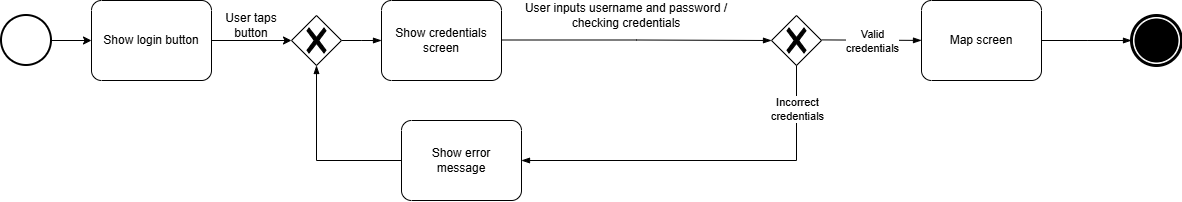
Before: RASD/LaTeXCode/images/StateDiagrams/Login.drawio.png, a diagram exported from draw.io (jacopobellosi/Bellosi-Montanelli-Tempobono). Source tidied: cells renumbered, new cells last; positions are measured from the earlier drawing's top-left corner, leaving out a move shared by most shapes.
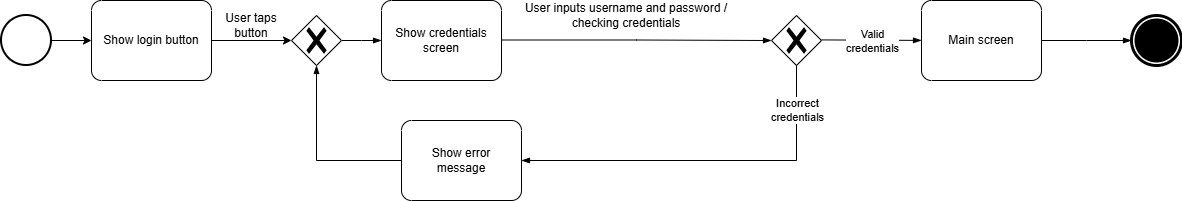
The same file after the commit.

Change to the diagram source:
```diff
@@ -52,7 +52,7 @@
     <mxCell id="13" style="edgeStyle=elbowEdgeStyle;fontSize=12;html=1;endArrow=blockThin;endFill=1;rounded=0;entryX=0;entryY=0.5;entryDx=0;entryDy=0;entryPerimeter=0;exitX=1;exitY=0.5;exitDx=0;exitDy=0;exitPerimeter=0;" parent="1" edge="1" source="14" target="15">
       <mxGeometry relative="1" as="geometry" />
     </mxCell>
-    <mxCell id="14" value="Map screen" style="points=[[0.25,0,0],[0.5,0,0],[0.75,0,0],[1,0.25,0],[1,0.5,0],[1,0.75,0],[0.75,1,0],[0.5,1,0],[0.25,1,0],[0,0.75,0],[0,0.5,0],[0,0.25,0]];shape=mxgraph.bpmn.task2;whiteSpace=wrap;rectStyle=rounded;size=10;html=1;taskMarker=abstract;" parent="1" vertex="1">
+    <mxCell id="14" value="Main screen" style="points=[[0.25,0,0],[0.5,0,0],[0.75,0,0],[1,0.25,0],[1,0.5,0],[1,0.75,0],[0.75,1,0],[0.5,1,0],[0.25,1,0],[0,0.75,0],[0,0.5,0],[0,0.25,0]];shape=mxgraph.bpmn.task2;whiteSpace=wrap;rectStyle=rounded;size=10;html=1;taskMarker=abstract;" parent="1" vertex="1">
       <mxGeometry x="920" width="120" height="80" as="geometry" />
     </mxCell>
     <mxCell id="15" style="points=[[0.145,0.145,0],[0.5,0,0],[0.855,0.145,0],[1,0.5,0],[0.855,0.855,0],[0.5,1,0],[0.145,0.855,0],[0,0.5,0]];shape=mxgraph.bpmn.event;html=1;verticalLabelPosition=bottom;labelBackgroundColor=#ffffff;verticalAlign=top;align=center;perimeter=ellipsePerimeter;outlineConnect=0;outline=end;symbol=terminate;" parent="1" vertex="1">
```
